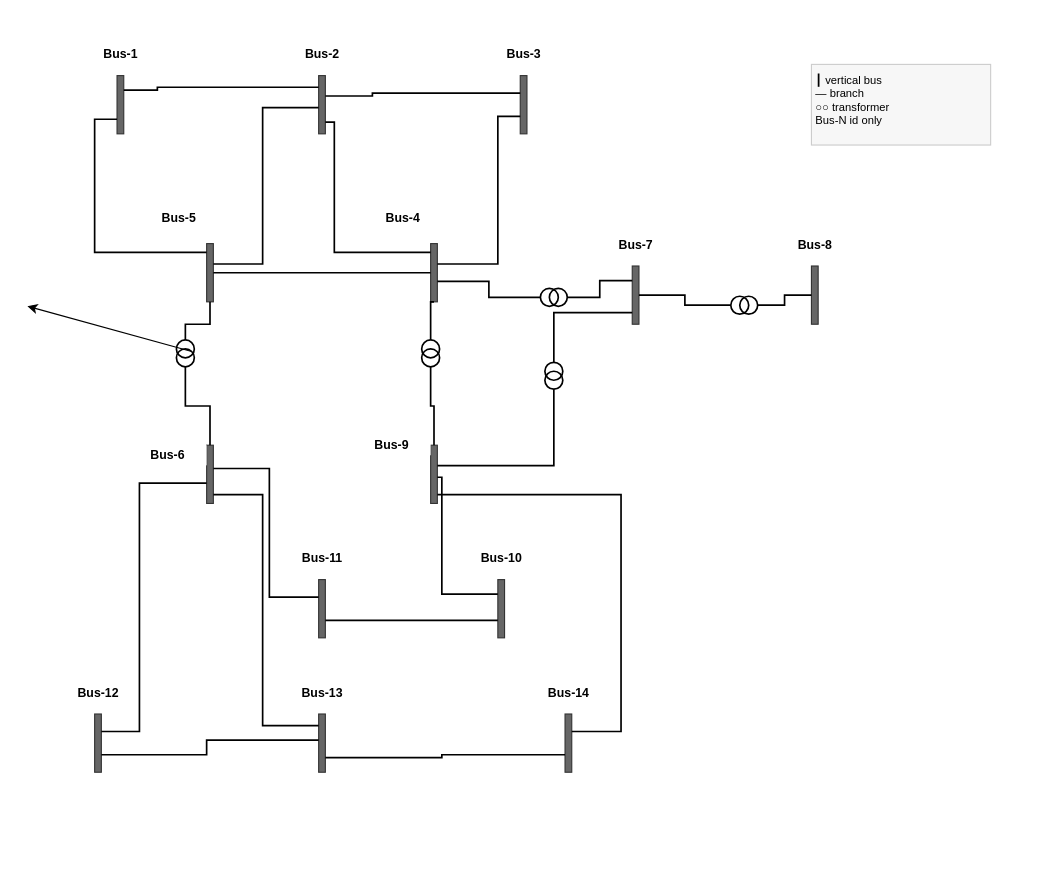
InterPSS-Project/ipss-agent keeps this draw.io diagram as wspace/template/oneline-diagram.drawio. Above is the earlier version. Source tidied: cells renumbered, new cells numbered last; positions are measured from the earlier drawing's top-left corner, leaving out a move shared by most shapes. Both pictures are drawn from the tidied source at 112%, with x=0, y=0 at pixel (27, 19).
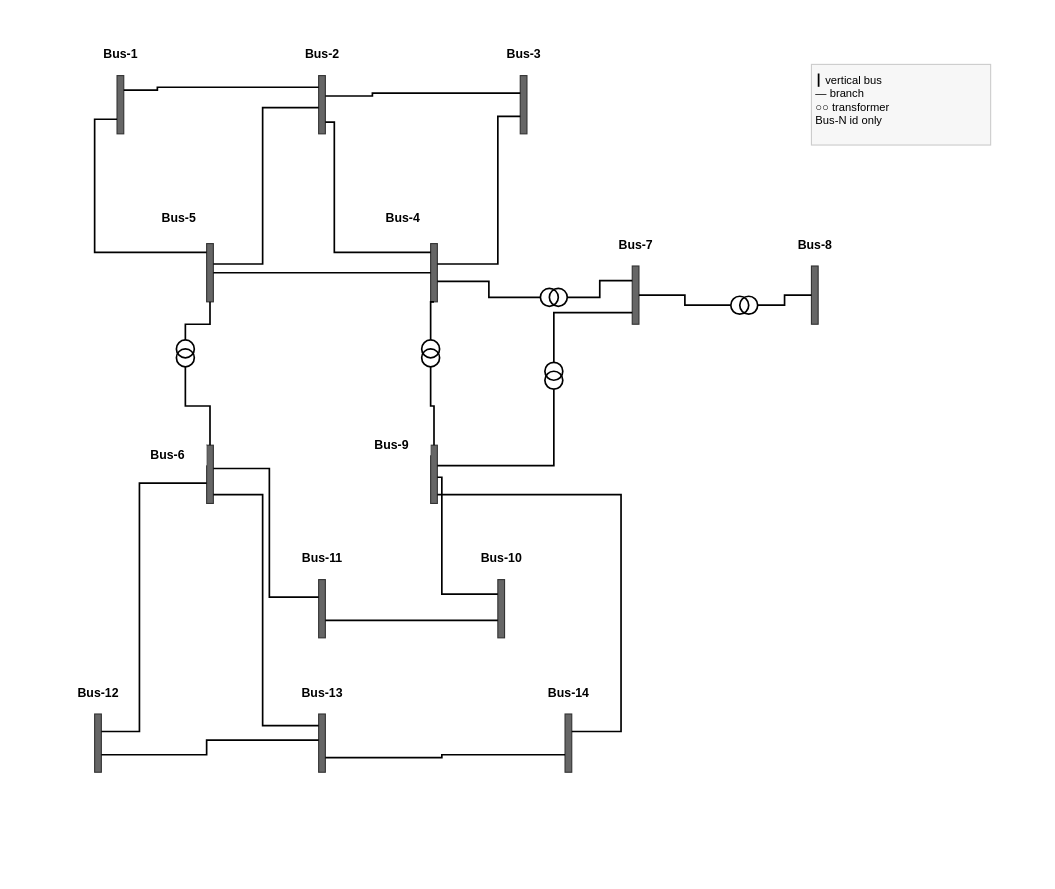
Above is the later version.

The change refers to these unchanged cells:
```xml
<mxCell id="2" style="rounded=0;fillColor=#FFFFFF;strokeColor=none;" parent="1" vertex="1">
  <mxGeometry width="900" height="760" as="geometry" />
</mxCell>
<mxCell id="68" style="ellipse;fillColor=none;strokeColor=#000000;strokeWidth=1.5;" parent="66" vertex="1">
  <mxGeometry y="8" width="16" height="16" as="geometry" />
</mxCell>
```

Change to the diagram source:
```diff
@@
-    <mxCell id="72" style="edgeStyle=none;html=1;exitX=1;exitY=0;exitDx=0;exitDy=0;" parent="1" edge="1" source="68" target="2">
-      <mxGeometry relative="1" as="geometry" />
-    </mxCell>
```
